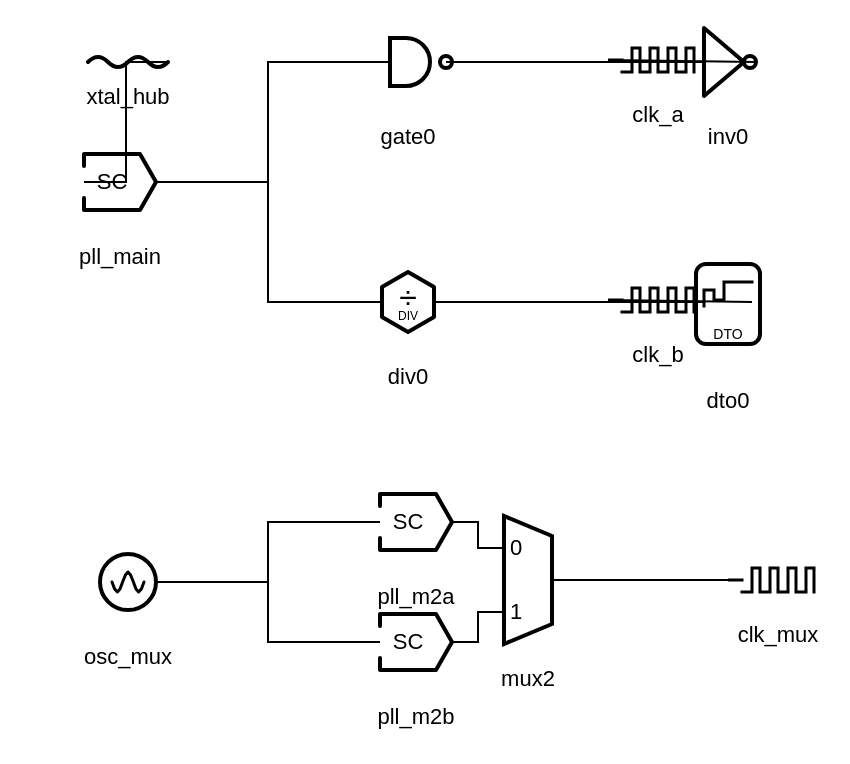
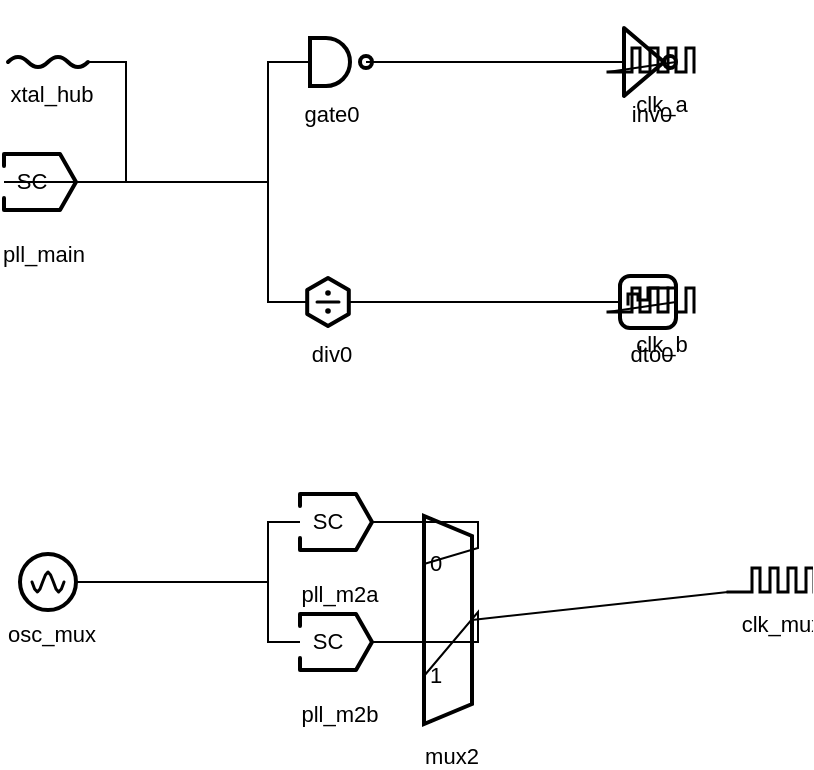
<mxfile>
  <diagram id="fig2" name="fig2"><mxGraphModel>
      <root>
-         <mxCell id="0"/>
-         <mxCell id="1" parent="0"/>
-         <object name="xtal_hub" label="&lt;div style=&quot;position:relative;box-sizing:border-box;margin:0;padding:0;display:block;width:100%;height:100%;overflow:visible;white-space:nowrap;font-family:Helvetica,Arial,sans-serif;&quot;&gt;&lt;div style=&quot;position:absolute;left:0;top:0;width:100%;height:100%;&quot;&gt;&lt;svg xmlns=&quot;http://www.w3.org/2000/svg&quot; width=&quot;100%&quot; height=&quot;100%&quot; viewBox=&quot;0 0 120 40&quot; preserveAspectRatio=&quot;none&quot; style=&quot;display:block;overflow:visible;&quot;&gt;&lt;path d=&quot;M 40 14 Q 45 9 50 14 T 60 14 T 70 14 T 80 14&quot; fill=&quot;none&quot; stroke=&quot;#000000&quot; stroke-width=&quot;2&quot; stroke-linecap=&quot;round&quot; stroke-linejoin=&quot;round&quot;/&gt;&lt;/svg&gt;&lt;/div&gt;&lt;div style=&quot;position:absolute;left:50%;top:55.00000000000001%;transform:translateX(-50%);text-align:center;font-size:11px;line-height:1;white-space:nowrap;padding-top:4px;&quot;&gt;xtal_hub&lt;/div&gt;&lt;/div&gt;" placeholders="0" id="10">
-           <mxCell style="rounded=0;whiteSpace=nowrap;html=1;metaEdit=1;placeholders=1;overflow=fill;autosize=0;fillColor=none;strokeColor=none;spacingTop=0;spacingBottom=0;spacingLeft=0;spacingRight=0;align=left;verticalAlign=top;drawclockType=from;points=[[0.6667,0.3500,0,0,0]];" vertex="1" parent="1">
-             <mxGeometry x="40" y="66" width="120" height="40" as="geometry"/>
+         <mxCell id="0" />
+         <mxCell id="1" parent="0" />
+         <object id="10" name="xtal_hub" placeholders="1" label="&lt;div style=&quot;position:relative;box-sizing:border-box;margin:0;padding:0;display:block;width:40px;height:29px;overflow:visible;white-space:nowrap;font-family:Helvetica,Arial,sans-serif;&quot;&gt;&lt;div style=&quot;position:absolute;left:-2px;top:-7px;width:40px;height:19px&quot;&gt;&lt;svg xmlns=&quot;http://www.w3.org/2000/svg&quot; width=&quot;40&quot; height=&quot;19&quot; viewBox=&quot;0 0 40 19&quot; preserveAspectRatio=&quot;none&quot; style=&quot;display:block;overflow:visible;&quot;&gt;&lt;path d=&quot;M 0 14 Q 5 9 10 14 T 20 14 T 30 14 T 40 14&quot; fill=&quot;none&quot; stroke=&quot;#000000&quot; stroke-width=&quot;2&quot; stroke-linecap=&quot;round&quot; stroke-linejoin=&quot;round&quot;/&gt;&lt;/svg&gt;&lt;/div&gt;&lt;div style=&quot;position:absolute;left:50%;top:48.275862068965516%;transform:translateX(-50%);text-align:center;font-size:11px;line-height:1;white-space:nowrap;padding-top:4px;&quot;&gt;%name%&lt;/div&gt;&lt;/div&gt;">
+           <mxCell style="rounded=0;whiteSpace=nowrap;html=1;metaEdit=1;placeholders=1;overflow=visible;resizable=0;autosize=0;fillColor=none;strokeColor=none;spacingTop=0;spacingBottom=0;spacingLeft=0;spacingRight=0;align=left;verticalAlign=top;drawclockType=from;points=[[1.0000,0.4828,0,0,0]];" vertex="1" parent="1">
+             <mxGeometry x="40" y="66" width="40" height="29" as="geometry" />
          </mxCell>
        </object>
-         <object name="gate0" label="&lt;div style=&quot;position:relative;box-sizing:border-box;margin:0;padding:0;display:block;width:100%;height:100%;overflow:visible;white-space:nowrap;font-family:Helvetica,Arial,sans-serif;&quot;&gt;&lt;div style=&quot;position:absolute;left:0;top:0;width:100%;height:100%;&quot;&gt;&lt;svg xmlns=&quot;http://www.w3.org/2000/svg&quot; width=&quot;100%&quot; height=&quot;100%&quot; viewBox=&quot;0 0 120 90&quot; preserveAspectRatio=&quot;none&quot; style=&quot;display:block;overflow:visible;&quot;&gt;&lt;path d=&quot;M 51 18 L 59 18 A 12 12 0 1 1 59 42 L 51 42 Z&quot; fill=&quot;none&quot; stroke=&quot;#000000&quot; stroke-width=&quot;2&quot; stroke-linejoin=&quot;miter&quot;/&gt;&lt;circle cx=&quot;79&quot; cy=&quot;30&quot; r=&quot;3&quot; fill=&quot;#ffffff&quot; stroke=&quot;#000000&quot; stroke-width=&quot;2&quot;/&gt;&lt;/svg&gt;&lt;/div&gt;&lt;div style=&quot;position:absolute;left:50%;top:64.44444444444444%;transform:translateX(-50%);text-align:center;font-size:11px;line-height:1;white-space:nowrap;padding-top:4px;&quot;&gt;gate0&lt;/div&gt;&lt;/div&gt;" placeholders="0" id="11">
-           <mxCell style="rounded=0;whiteSpace=nowrap;html=1;metaEdit=1;placeholders=1;overflow=fill;autosize=0;fillColor=none;strokeColor=none;spacingTop=0;spacingBottom=0;spacingLeft=0;spacingRight=0;align=left;verticalAlign=top;drawclockType=gate;points=[[0.4250,0.3333,0,0,0],[0.6583,0.3333,0,0,0]];" vertex="1" parent="1">
-             <mxGeometry x="180" y="50" width="120" height="90" as="geometry"/>
+         <object id="11" name="gate0" placeholders="1" label="&lt;div style=&quot;position:relative;box-sizing:border-box;margin:0;padding:0;display:block;width:40px;height:55px;overflow:visible;white-space:nowrap;font-family:Helvetica,Arial,sans-serif;&quot;&gt;&lt;div style=&quot;position:absolute;left:-2px;top:-7px;width:40px;height:54px&quot;&gt;&lt;svg xmlns=&quot;http://www.w3.org/2000/svg&quot; width=&quot;40&quot; height=&quot;54&quot; viewBox=&quot;0 0 40 54&quot; preserveAspectRatio=&quot;none&quot; style=&quot;display:block;overflow:visible;&quot;&gt;&lt;path d=&quot;M 11 18 L 19 18 A 12 12 0 1 1 19 42 L 11 42 Z&quot; fill=&quot;none&quot; stroke=&quot;#000000&quot; stroke-width=&quot;2&quot; stroke-linejoin=&quot;miter&quot;/&gt;&lt;circle cx=&quot;39&quot; cy=&quot;30&quot; r=&quot;3&quot; fill=&quot;#ffffff&quot; stroke=&quot;#000000&quot; stroke-width=&quot;2&quot;/&gt;&lt;/svg&gt;&lt;/div&gt;&lt;div style=&quot;position:absolute;left:50%;top:80.0%;transform:translateX(-50%);text-align:center;font-size:11px;line-height:1;white-space:nowrap;padding-top:0px;&quot;&gt;%name%&lt;/div&gt;&lt;/div&gt;">
+           <mxCell style="rounded=0;whiteSpace=nowrap;html=1;metaEdit=1;placeholders=1;overflow=visible;resizable=0;autosize=0;fillColor=none;strokeColor=none;spacingTop=0;spacingBottom=0;spacingLeft=0;spacingRight=0;align=left;verticalAlign=top;drawclockType=gate;drawclockKind=gate;points=[[0.2750,0.5455,0,0,0],[0.9750,0.5455,0,0,0]];" vertex="1" parent="1">
+             <mxGeometry x="180" y="50" width="40" height="55" as="geometry" />
          </mxCell>
        </object>
-         <object name="div0" label="&lt;div style=&quot;position:relative;box-sizing:border-box;margin:0;padding:0;display:block;width:100%;height:100%;overflow:visible;white-space:nowrap;font-family:Helvetica,Arial,sans-serif;&quot;&gt;&lt;div style=&quot;position:absolute;left:0;top:0;width:100%;height:100%;&quot;&gt;&lt;svg xmlns=&quot;http://www.w3.org/2000/svg&quot; width=&quot;100%&quot; height=&quot;100%&quot; viewBox=&quot;0 0 120 90&quot; preserveAspectRatio=&quot;none&quot; style=&quot;display:block;overflow:visible;&quot;&gt;&lt;polygon points=&quot;73.0,37.5 60.0,45.0 47.0,37.5 47.0,22.5 60.0,15.0 73.0,22.5&quot; fill=&quot;none&quot; stroke=&quot;#000000&quot; stroke-width=&quot;2&quot; stroke-linejoin=&quot;round&quot;/&gt;&lt;/svg&gt;&lt;span style=&quot;position:absolute;left:50.0%;top:31.11111111111111%;font-size:16px;line-height:1;white-space:nowrap;transform:translate(-50%,-50%);&quot;&gt;÷&lt;/span&gt;&lt;span style=&quot;position:absolute;left:50.0%;top:41.11111111111111%;font-size:6px;line-height:1;white-space:nowrap;transform:translate(-50%,-50%);&quot;&gt;DIV&lt;/span&gt;&lt;/div&gt;&lt;div style=&quot;position:absolute;left:50%;top:64.44444444444444%;transform:translateX(-50%);text-align:center;font-size:11px;line-height:1;white-space:nowrap;padding-top:4px;&quot;&gt;div0&lt;/div&gt;&lt;/div&gt;" placeholders="0" id="12">
-           <mxCell style="rounded=0;whiteSpace=nowrap;html=1;metaEdit=1;placeholders=1;overflow=fill;autosize=0;fillColor=none;strokeColor=none;spacingTop=0;spacingBottom=0;spacingLeft=0;spacingRight=0;align=left;verticalAlign=top;drawclockType=div;points=[[0.4000,0.3333,0,0,0],[0.6000,0.3333,0,0,0]];" vertex="1" parent="1">
-             <mxGeometry x="180" y="170" width="120" height="90" as="geometry"/>
+         <object id="12" name="div0" placeholders="1" label="&lt;div style=&quot;position:relative;box-sizing:border-box;margin:0;padding:0;display:block;width:40px;height:55px;overflow:visible;white-space:nowrap;font-family:Helvetica,Arial,sans-serif;&quot;&gt;&lt;div style=&quot;position:absolute;left:-2px;top:-7px;width:40px;height:54px&quot;&gt;&lt;svg xmlns=&quot;http://www.w3.org/2000/svg&quot; width=&quot;40&quot; height=&quot;54&quot; viewBox=&quot;0 0 40 54&quot; preserveAspectRatio=&quot;none&quot; style=&quot;display:block;overflow:visible;&quot;&gt;&lt;polygon points=&quot;30.4,36.0 20.0,42.0 9.6,36.0 9.6,24.0 20.0,18.0 30.4,24.0&quot; fill=&quot;none&quot; stroke=&quot;#000000&quot; stroke-width=&quot;2&quot; stroke-linejoin=&quot;round&quot;/&gt;&lt;path d=&quot;M 14.5 30.0 L 25.5 30.0&quot; fill=&quot;none&quot; stroke=&quot;#000000&quot; stroke-width=&quot;1.5&quot; stroke-linecap=&quot;round&quot;/&gt;&lt;circle cx=&quot;20.0&quot; cy=&quot;25.5&quot; r=&quot;1.4&quot; fill=&quot;#000000&quot;/&gt;&lt;circle cx=&quot;20.0&quot; cy=&quot;34.5&quot; r=&quot;1.4&quot; fill=&quot;#000000&quot;/&gt;&lt;/svg&gt;&lt;/div&gt;&lt;div style=&quot;position:absolute;left:50%;top:80.0%;transform:translateX(-50%);text-align:center;font-size:11px;line-height:1;white-space:nowrap;padding-top:0px;&quot;&gt;%name%&lt;/div&gt;&lt;/div&gt;">
+           <mxCell style="rounded=0;whiteSpace=nowrap;html=1;metaEdit=1;placeholders=1;overflow=visible;resizable=0;autosize=0;fillColor=none;strokeColor=none;spacingTop=0;spacingBottom=0;spacingLeft=0;spacingRight=0;align=left;verticalAlign=top;drawclockType=div;drawclockKind=div;points=[[0.2402,0.5455,0,0,0],[0.7598,0.5455,0,0,0]];" vertex="1" parent="1">
+             <mxGeometry x="180" y="170" width="40" height="55" as="geometry" />
          </mxCell>
        </object>
-         <object name="pll_main" label="&lt;div style=&quot;position:relative;box-sizing:border-box;margin:0;padding:0;display:block;width:100%;height:100%;overflow:visible;white-space:nowrap;font-family:Helvetica,Arial,sans-serif;&quot;&gt;&lt;div style=&quot;position:absolute;left:0;top:0;width:100%;height:100%;&quot;&gt;&lt;svg xmlns=&quot;http://www.w3.org/2000/svg&quot; width=&quot;100%&quot; height=&quot;100%&quot; viewBox=&quot;0 0 120 90&quot; preserveAspectRatio=&quot;none&quot; style=&quot;display:block;overflow:visible;&quot;&gt;&lt;path d=&quot;M 42 16 L 70 16 L 78 30 L 70 44 L 42 44 L 42 38 M 42 22 L 42 16&quot; fill=&quot;none&quot; stroke=&quot;#000000&quot; stroke-width=&quot;2&quot; stroke-linejoin=&quot;round&quot; stroke-linecap=&quot;round&quot;/&gt;&lt;/svg&gt;&lt;span style=&quot;position:absolute;left:46.666666666666664%;top:33.33333333333333%;font-size:11px;line-height:1;white-space:nowrap;transform:translate(-50%,-50%);&quot;&gt;SC&lt;/span&gt;&lt;/div&gt;&lt;div style=&quot;position:absolute;left:50%;top:64.44444444444444%;transform:translateX(-50%);text-align:center;font-size:11px;line-height:1;white-space:nowrap;padding-top:4px;&quot;&gt;pll_main&lt;/div&gt;&lt;/div&gt;" placeholders="0" id="13">
-           <mxCell style="rounded=0;whiteSpace=nowrap;html=1;metaEdit=1;placeholders=1;overflow=fill;autosize=0;fillColor=none;strokeColor=none;spacingTop=0;spacingBottom=0;spacingLeft=0;spacingRight=0;align=left;verticalAlign=top;drawclockType=pll;points=[[0.3500,0.3333,0,0,0],[0.6500,0.3333,0,0,0]];" vertex="1" parent="1">
-             <mxGeometry x="36" y="110" width="120" height="90" as="geometry"/>
+         <object id="13" pll_kind="SC" name="pll_main" placeholders="1" label="&lt;div style=&quot;position:relative;box-sizing:border-box;margin:0;padding:0;display:block;width:40px;height:65px;overflow:visible;white-space:nowrap;font-family:Helvetica,Arial,sans-serif;&quot;&gt;&lt;div style=&quot;position:absolute;left:-2px;top:-7px;width:40px;height:54px&quot;&gt;&lt;svg xmlns=&quot;http://www.w3.org/2000/svg&quot; width=&quot;40&quot; height=&quot;54&quot; viewBox=&quot;0 0 40 54&quot; preserveAspectRatio=&quot;none&quot; style=&quot;display:block;overflow:visible;&quot;&gt;&lt;path d=&quot;M 2 16 L 30 16 L 38 30 L 30 44 L 2 44 L 2 38 M 2 22 L 2 16&quot; fill=&quot;none&quot; stroke=&quot;#000000&quot; stroke-width=&quot;2&quot; stroke-linejoin=&quot;round&quot; stroke-linecap=&quot;round&quot;/&gt;&lt;/svg&gt;&lt;span style=&quot;position:absolute;left:40.0%;top:55.55555555555556%;font-size:11px;line-height:1;white-space:nowrap;transform:translate(-50%,-50%);&quot;&gt;%pll_kind%&lt;/span&gt;&lt;/div&gt;&lt;div style=&quot;position:absolute;left:50%;top:83.07692307692308%;transform:translateX(-50%);text-align:center;font-size:11px;line-height:1;white-space:nowrap;padding-top:0px;&quot;&gt;%name%&lt;/div&gt;&lt;/div&gt;">
+           <mxCell style="rounded=0;whiteSpace=nowrap;html=1;metaEdit=1;placeholders=1;overflow=visible;resizable=0;autosize=0;fillColor=none;strokeColor=none;spacingTop=0;spacingBottom=0;spacingLeft=0;spacingRight=0;align=left;verticalAlign=top;drawclockType=pll;drawclockKind=pll;points=[[0.0500,0.4615,0,0,0],[0.9500,0.4615,0,0,0]];" vertex="1" parent="1">
+             <mxGeometry x="36" y="110" width="40" height="65" as="geometry" />
          </mxCell>
        </object>
-         <object name="inv0" label="&lt;div style=&quot;position:relative;box-sizing:border-box;margin:0;padding:0;display:block;width:100%;height:100%;overflow:visible;white-space:nowrap;font-family:Helvetica,Arial,sans-serif;&quot;&gt;&lt;div style=&quot;position:absolute;left:0;top:0;width:100%;height:100%;&quot;&gt;&lt;svg xmlns=&quot;http://www.w3.org/2000/svg&quot; width=&quot;100%&quot; height=&quot;100%&quot; viewBox=&quot;0 0 120 90&quot; preserveAspectRatio=&quot;none&quot; style=&quot;display:block;overflow:visible;&quot;&gt;&lt;polygon points=&quot;48,30 48,13 68,30 48,47&quot; fill=&quot;none&quot; stroke=&quot;#000000&quot; stroke-width=&quot;2&quot; stroke-linejoin=&quot;round&quot;/&gt;&lt;circle cx=&quot;71&quot; cy=&quot;30&quot; r=&quot;3&quot; fill=&quot;#ffffff&quot; stroke=&quot;#000000&quot; stroke-width=&quot;2&quot;/&gt;&lt;/svg&gt;&lt;/div&gt;&lt;div style=&quot;position:absolute;left:50%;top:64.44444444444444%;transform:translateX(-50%);text-align:center;font-size:11px;line-height:1;white-space:nowrap;padding-top:4px;&quot;&gt;inv0&lt;/div&gt;&lt;/div&gt;" placeholders="0" id="14">
-           <mxCell style="rounded=0;whiteSpace=nowrap;html=1;metaEdit=1;placeholders=1;overflow=fill;autosize=0;fillColor=none;strokeColor=none;spacingTop=0;spacingBottom=0;spacingLeft=0;spacingRight=0;align=left;verticalAlign=top;drawclockType=inv;points=[[0.4000,0.3333,0,0,0],[0.6167,0.3333,0,0,0]];" vertex="1" parent="1">
-             <mxGeometry x="340" y="50" width="120" height="90" as="geometry"/>
+         <object id="14" name="inv0" placeholders="1" label="&lt;div style=&quot;position:relative;box-sizing:border-box;margin:0;padding:0;display:block;width:40px;height:55px;overflow:visible;white-space:nowrap;font-family:Helvetica,Arial,sans-serif;&quot;&gt;&lt;div style=&quot;position:absolute;left:-2px;top:-7px;width:40px;height:54px&quot;&gt;&lt;svg xmlns=&quot;http://www.w3.org/2000/svg&quot; width=&quot;40&quot; height=&quot;54&quot; viewBox=&quot;0 0 40 54&quot; preserveAspectRatio=&quot;none&quot; style=&quot;display:block;overflow:visible;&quot;&gt;&lt;polygon points=&quot;8,30 8,13 28,30 8,47&quot; fill=&quot;none&quot; stroke=&quot;#000000&quot; stroke-width=&quot;2&quot; stroke-linejoin=&quot;round&quot;/&gt;&lt;circle cx=&quot;31&quot; cy=&quot;30&quot; r=&quot;3&quot; fill=&quot;#ffffff&quot; stroke=&quot;#000000&quot; stroke-width=&quot;2&quot;/&gt;&lt;/svg&gt;&lt;/div&gt;&lt;div style=&quot;position:absolute;left:50%;top:80.0%;transform:translateX(-50%);text-align:center;font-size:11px;line-height:1;white-space:nowrap;padding-top:0px;&quot;&gt;%name%&lt;/div&gt;&lt;/div&gt;">
+           <mxCell style="rounded=0;whiteSpace=nowrap;html=1;metaEdit=1;placeholders=1;overflow=visible;resizable=0;autosize=0;fillColor=none;strokeColor=none;spacingTop=0;spacingBottom=0;spacingLeft=0;spacingRight=0;align=left;verticalAlign=top;drawclockType=inv;drawclockKind=inv;points=[[0.2000,0.5455,0,0,0],[0.8500,0.5455,0,0,0]];drawclockInvKind=inv;" vertex="1" parent="1">
+             <mxGeometry x="340" y="50" width="40" height="55" as="geometry" />
          </mxCell>
        </object>
-         <object name="dto0" label="&lt;div style=&quot;position:relative;box-sizing:border-box;margin:0;padding:0;display:block;width:100%;height:100%;overflow:visible;white-space:nowrap;font-family:Helvetica,Arial,sans-serif;&quot;&gt;&lt;div style=&quot;position:absolute;left:0;top:0;width:100%;height:100%;&quot;&gt;&lt;svg xmlns=&quot;http://www.w3.org/2000/svg&quot; width=&quot;100%&quot; height=&quot;100%&quot; viewBox=&quot;0 0 120 90&quot; preserveAspectRatio=&quot;none&quot; style=&quot;display:block;overflow:visible;&quot;&gt;&lt;rect x=&quot;44&quot; y=&quot;11&quot; width=&quot;32&quot; height=&quot;40&quot; rx=&quot;5&quot; ry=&quot;5&quot; fill=&quot;none&quot; stroke=&quot;#000000&quot; stroke-width=&quot;2&quot;/&gt;&lt;path d=&quot;M 48 32 L 48 24 L 53 24 L 53 29 L 58 29 L 58 20 L 72 20&quot; fill=&quot;none&quot; stroke=&quot;#000000&quot; stroke-width=&quot;1.5&quot; stroke-linecap=&quot;square&quot;/&gt;&lt;/svg&gt;&lt;span style=&quot;position:absolute;left:50.0%;top:51.11111111111111%;font-size:7px;line-height:1;white-space:nowrap;transform:translate(-50%,-50%);&quot;&gt;DTO&lt;/span&gt;&lt;/div&gt;&lt;div style=&quot;position:absolute;left:50%;top:64.44444444444444%;transform:translateX(-50%);text-align:center;font-size:11px;line-height:1;white-space:nowrap;padding-top:16px;&quot;&gt;dto0&lt;/div&gt;&lt;/div&gt;" placeholders="0" id="15">
-           <mxCell style="rounded=0;whiteSpace=nowrap;html=1;metaEdit=1;placeholders=1;overflow=fill;autosize=0;fillColor=none;strokeColor=none;spacingTop=0;spacingBottom=0;spacingLeft=0;spacingRight=0;align=left;verticalAlign=top;drawclockType=dto;points=[[0.4000,0.3333,0,0,0],[0.6000,0.3333,0,0,0]];" vertex="1" parent="1">
-             <mxGeometry x="340" y="170" width="120" height="90" as="geometry"/>
+         <object id="15" name="dto0" placeholders="1" label="&lt;div style=&quot;position:relative;box-sizing:border-box;margin:0;padding:0;display:block;width:40px;height:55px;overflow:visible;white-space:nowrap;font-family:Helvetica,Arial,sans-serif;&quot;&gt;&lt;div style=&quot;position:absolute;left:-2px;top:-7px;width:40px;height:54px&quot;&gt;&lt;svg xmlns=&quot;http://www.w3.org/2000/svg&quot; width=&quot;40&quot; height=&quot;54&quot; viewBox=&quot;0 0 40 54&quot; preserveAspectRatio=&quot;none&quot; style=&quot;display:block;overflow:visible;&quot;&gt;&lt;rect x=&quot;6&quot; y=&quot;17&quot; width=&quot;28&quot; height=&quot;26&quot; rx=&quot;5&quot; ry=&quot;5&quot; fill=&quot;none&quot; stroke=&quot;#000000&quot; stroke-width=&quot;2&quot;/&gt;&lt;path d=&quot;M 10 31 L 10 26 L 15 26 L 15 29 L 20 29 L 20 23 L 30 23&quot; fill=&quot;none&quot; stroke=&quot;#000000&quot; stroke-width=&quot;1.5&quot; stroke-linecap=&quot;square&quot;/&gt;&lt;/svg&gt;&lt;/div&gt;&lt;div style=&quot;position:absolute;left:50%;top:80.0%;transform:translateX(-50%);text-align:center;font-size:11px;line-height:1;white-space:nowrap;padding-top:0px;&quot;&gt;%name%&lt;/div&gt;&lt;/div&gt;">
+           <mxCell style="rounded=0;whiteSpace=nowrap;html=1;metaEdit=1;placeholders=1;overflow=visible;resizable=0;autosize=0;fillColor=none;strokeColor=none;spacingTop=0;spacingBottom=0;spacingLeft=0;spacingRight=0;align=left;verticalAlign=top;drawclockType=dto;drawclockKind=dto;points=[[0.1500,0.5455,0,0,0],[0.8500,0.5455,0,0,0]];" vertex="1" parent="1">
+             <mxGeometry x="340" y="170" width="40" height="55" as="geometry" />
          </mxCell>
        </object>
-         <object name="clk_a" label="&lt;div style=&quot;position:relative;box-sizing:border-box;margin:0;padding:0;display:block;width:100%;height:100%;overflow:visible;white-space:nowrap;font-family:Helvetica,Arial,sans-serif;&quot;&gt;&lt;div style=&quot;position:absolute;left:0;top:0;width:100%;height:100%;&quot;&gt;&lt;svg xmlns=&quot;http://www.w3.org/2000/svg&quot; width=&quot;100%&quot; height=&quot;100%&quot; viewBox=&quot;0 0 49 72&quot; preserveAspectRatio=&quot;none&quot; style=&quot;display:block;overflow:visible;&quot;&gt;&lt;path d=&quot;M 0 30 L 7 30 M 43 36 L 43 24 L 39 24 L 39 36 L 34 36 L 34 24 L 30 24 L 30 36 L 25 36 L 25 24 L 21 24 L 21 36 L 16 36 L 16 24 L 12 24 L 12 36 L 7 36&quot; fill=&quot;none&quot; stroke=&quot;#000000&quot; stroke-width=&quot;1.5&quot; stroke-linecap=&quot;square&quot; stroke-linejoin=&quot;miter&quot;/&gt;&lt;/svg&gt;&lt;/div&gt;&lt;div style=&quot;position:absolute;left:51.02040816326531%;top:50.0%;transform:translateX(-50%);text-align:center;font-size:11px;line-height:1;white-space:nowrap;padding-top:16px;&quot;&gt;clk_a&lt;/div&gt;&lt;/div&gt;" placeholders="0" id="16">
-           <mxCell style="rounded=0;whiteSpace=nowrap;html=1;metaEdit=1;placeholders=1;overflow=fill;autosize=0;fillColor=none;strokeColor=none;spacingTop=0;spacingBottom=0;spacingLeft=0;spacingRight=0;align=left;verticalAlign=top;drawclockType=clock;points=[[0.0000,0.4167,0,0,0]];" vertex="1" parent="1">
-             <mxGeometry x="340" y="49" width="49" height="72" as="geometry"/>
+         <object id="16" name="clk_a" placeholders="1" label="&lt;div style=&quot;position:relative;box-sizing:border-box;margin:0;padding:0;display:block;width:40px;height:51px;overflow:visible;white-space:nowrap;font-family:Helvetica,Arial,sans-serif;&quot;&gt;&lt;div style=&quot;position:absolute;left:-2px;top:-7px;width:40px;height:36px&quot;&gt;&lt;svg xmlns=&quot;http://www.w3.org/2000/svg&quot; width=&quot;40&quot; height=&quot;36&quot; viewBox=&quot;0 0 40 36&quot; preserveAspectRatio=&quot;none&quot; style=&quot;display:block;overflow:visible;&quot;&gt;&lt;path d=&quot;M 0 36 L 7 36 M 43 36 L 43 24 L 39 24 L 39 36 L 34 36 L 34 24 L 30 24 L 30 36 L 25 36 L 25 24 L 21 24 L 21 36 L 16 36 L 16 24 L 12 24 L 12 36 L 7 36&quot; fill=&quot;none&quot; stroke=&quot;#000000&quot; stroke-width=&quot;1.5&quot; stroke-linecap=&quot;square&quot; stroke-linejoin=&quot;miter&quot;/&gt;&lt;/svg&gt;&lt;/div&gt;&lt;div style=&quot;position:absolute;left:62.5%;top:70.58823529411765%;transform:translateX(-50%);text-align:center;font-size:11px;line-height:1;white-space:nowrap;padding-top:4px;&quot;&gt;%name%&lt;/div&gt;&lt;/div&gt;">
+           <mxCell style="rounded=0;whiteSpace=nowrap;html=1;metaEdit=1;placeholders=1;overflow=visible;resizable=0;autosize=0;fillColor=none;strokeColor=none;spacingTop=0;spacingBottom=0;spacingLeft=0;spacingRight=0;align=left;verticalAlign=top;drawclockType=clock;drawclockKind=clock;points=[[0.0000,0.7059,0,0,0]];" vertex="1" parent="1">
+             <mxGeometry x="340" y="49" width="40" height="51" as="geometry" />
          </mxCell>
        </object>
-         <object name="clk_b" label="&lt;div style=&quot;position:relative;box-sizing:border-box;margin:0;padding:0;display:block;width:100%;height:100%;overflow:visible;white-space:nowrap;font-family:Helvetica,Arial,sans-serif;&quot;&gt;&lt;div style=&quot;position:absolute;left:0;top:0;width:100%;height:100%;&quot;&gt;&lt;svg xmlns=&quot;http://www.w3.org/2000/svg&quot; width=&quot;100%&quot; height=&quot;100%&quot; viewBox=&quot;0 0 49 72&quot; preserveAspectRatio=&quot;none&quot; style=&quot;display:block;overflow:visible;&quot;&gt;&lt;path d=&quot;M 0 30 L 7 30 M 43 36 L 43 24 L 39 24 L 39 36 L 34 36 L 34 24 L 30 24 L 30 36 L 25 36 L 25 24 L 21 24 L 21 36 L 16 36 L 16 24 L 12 24 L 12 36 L 7 36&quot; fill=&quot;none&quot; stroke=&quot;#000000&quot; stroke-width=&quot;1.5&quot; stroke-linecap=&quot;square&quot; stroke-linejoin=&quot;miter&quot;/&gt;&lt;/svg&gt;&lt;/div&gt;&lt;div style=&quot;position:absolute;left:51.02040816326531%;top:50.0%;transform:translateX(-50%);text-align:center;font-size:11px;line-height:1;white-space:nowrap;padding-top:16px;&quot;&gt;clk_b&lt;/div&gt;&lt;/div&gt;" placeholders="0" id="17">
-           <mxCell style="rounded=0;whiteSpace=nowrap;html=1;metaEdit=1;placeholders=1;overflow=fill;autosize=0;fillColor=none;strokeColor=none;spacingTop=0;spacingBottom=0;spacingLeft=0;spacingRight=0;align=left;verticalAlign=top;drawclockType=clock;points=[[0.0000,0.4167,0,0,0]];" vertex="1" parent="1">
-             <mxGeometry x="340" y="169" width="49" height="72" as="geometry"/>
+         <object id="17" name="clk_b" placeholders="1" label="&lt;div style=&quot;position:relative;box-sizing:border-box;margin:0;padding:0;display:block;width:40px;height:51px;overflow:visible;white-space:nowrap;font-family:Helvetica,Arial,sans-serif;&quot;&gt;&lt;div style=&quot;position:absolute;left:-2px;top:-7px;width:40px;height:36px&quot;&gt;&lt;svg xmlns=&quot;http://www.w3.org/2000/svg&quot; width=&quot;40&quot; height=&quot;36&quot; viewBox=&quot;0 0 40 36&quot; preserveAspectRatio=&quot;none&quot; style=&quot;display:block;overflow:visible;&quot;&gt;&lt;path d=&quot;M 0 36 L 7 36 M 43 36 L 43 24 L 39 24 L 39 36 L 34 36 L 34 24 L 30 24 L 30 36 L 25 36 L 25 24 L 21 24 L 21 36 L 16 36 L 16 24 L 12 24 L 12 36 L 7 36&quot; fill=&quot;none&quot; stroke=&quot;#000000&quot; stroke-width=&quot;1.5&quot; stroke-linecap=&quot;square&quot; stroke-linejoin=&quot;miter&quot;/&gt;&lt;/svg&gt;&lt;/div&gt;&lt;div style=&quot;position:absolute;left:62.5%;top:70.58823529411765%;transform:translateX(-50%);text-align:center;font-size:11px;line-height:1;white-space:nowrap;padding-top:4px;&quot;&gt;%name%&lt;/div&gt;&lt;/div&gt;">
+           <mxCell style="rounded=0;whiteSpace=nowrap;html=1;metaEdit=1;placeholders=1;overflow=visible;resizable=0;autosize=0;fillColor=none;strokeColor=none;spacingTop=0;spacingBottom=0;spacingLeft=0;spacingRight=0;align=left;verticalAlign=top;drawclockType=clock;drawclockKind=clock;points=[[0.0000,0.7059,0,0,0]];" vertex="1" parent="1">
+             <mxGeometry x="340" y="169" width="40" height="51" as="geometry" />
          </mxCell>
        </object>
-         <object name="mux2" label="&lt;div style=&quot;position:relative;box-sizing:border-box;margin:0;padding:0;display:block;width:100%;height:100%;overflow:visible;white-space:nowrap;font-family:Helvetica,Arial,sans-serif;&quot;&gt;&lt;div style=&quot;position:absolute;left:0;top:0;width:100%;height:100%;&quot;&gt;&lt;svg xmlns=&quot;http://www.w3.org/2000/svg&quot; width=&quot;100%&quot; height=&quot;100%&quot; viewBox=&quot;0 0 120 106&quot; preserveAspectRatio=&quot;none&quot; style=&quot;display:block;overflow:visible;&quot;&gt;&lt;polygon points=&quot;48,6 48,70 72,60 72,16&quot; fill=&quot;none&quot; stroke=&quot;#000000&quot; stroke-width=&quot;2&quot;/&gt;&lt;/svg&gt;&lt;span style=&quot;position:absolute;left:45.0%;top:20.754716981132077%;font-size:11px;line-height:1;white-space:nowrap;transform:translate(-50%,-50%);&quot;&gt;0&lt;/span&gt;&lt;span style=&quot;position:absolute;left:45.0%;top:50.943396226415096%;font-size:11px;line-height:1;white-space:nowrap;transform:translate(-50%,-50%);&quot;&gt;1&lt;/span&gt;&lt;/div&gt;&lt;div style=&quot;position:absolute;left:50%;top:73.58490566037736%;transform:translateX(-50%);text-align:center;font-size:11px;line-height:1;white-space:nowrap;padding-top:4px;&quot;&gt;mux2&lt;/div&gt;&lt;/div&gt;" placeholders="0" id="18">
-           <mxCell style="rounded=0;whiteSpace=nowrap;html=1;metaEdit=1;placeholders=1;overflow=fill;autosize=0;fillColor=none;strokeColor=none;spacingTop=0;spacingBottom=0;spacingLeft=0;spacingRight=0;align=left;verticalAlign=top;drawclockType=mux2;points=[[0.4000,0.2075,0,0,0],[0.4000,0.5094,0,0,0],[0.6000,0.3585,0,0,0]];" vertex="1" parent="1">
-             <mxGeometry x="240" y="301" width="120" height="106" as="geometry"/>
+         <object id="18" name="mux2" placeholders="1" label="&lt;div style=&quot;position:relative;box-sizing:border-box;margin:0;padding:0;display:block;width:40px;height:125px;overflow:visible;white-space:nowrap;font-family:Helvetica,Arial,sans-serif;&quot;&gt;&lt;div style=&quot;position:absolute;left:-2px;top:-7px;width:40px;height:110px&quot;&gt;&lt;svg xmlns=&quot;http://www.w3.org/2000/svg&quot; width=&quot;40&quot; height=&quot;110&quot; viewBox=&quot;0 0 40 110&quot; preserveAspectRatio=&quot;none&quot; style=&quot;display:block;overflow:visible;&quot;&gt;&lt;polygon points=&quot;8,6 8,110 32,100 32,16&quot; fill=&quot;none&quot; stroke=&quot;#000000&quot; stroke-width=&quot;2&quot;/&gt;&lt;/svg&gt;&lt;span style=&quot;position:absolute;left:35.0%;top:27.27272727272727%;font-size:11px;line-height:1;white-space:nowrap;transform:translate(-50%,-50%);&quot;&gt;0&lt;/span&gt;&lt;span style=&quot;position:absolute;left:35.0%;top:78.18181818181819%;font-size:11px;line-height:1;white-space:nowrap;transform:translate(-50%,-50%);&quot;&gt;1&lt;/span&gt;&lt;/div&gt;&lt;div style=&quot;position:absolute;left:50%;top:88.0%;transform:translateX(-50%);text-align:center;font-size:11px;line-height:1;white-space:nowrap;padding-top:4px;&quot;&gt;%name%&lt;/div&gt;&lt;/div&gt;">
+           <mxCell style="rounded=0;whiteSpace=nowrap;html=1;metaEdit=1;placeholders=1;overflow=visible;resizable=0;autosize=0;fillColor=none;strokeColor=none;spacingTop=0;spacingBottom=0;spacingLeft=0;spacingRight=0;align=left;verticalAlign=top;drawclockType=mux2;drawclockKind=mux;points=[[0.2000,0.2400,0,0,0],[0.2000,0.6880,0,0,0],[0.8000,0.4640,0,0,0]];" vertex="1" parent="1">
+             <mxGeometry x="240" y="301" width="40" height="125" as="geometry" />
          </mxCell>
        </object>
-         <object name="osc_mux" label="&lt;div style=&quot;position:relative;box-sizing:border-box;margin:0;padding:0;display:block;width:100%;height:100%;overflow:visible;white-space:nowrap;font-family:Helvetica,Arial,sans-serif;&quot;&gt;&lt;div style=&quot;position:absolute;left:0;top:0;width:100%;height:100%;&quot;&gt;&lt;svg xmlns=&quot;http://www.w3.org/2000/svg&quot; width=&quot;100%&quot; height=&quot;100%&quot; viewBox=&quot;0 0 120 90&quot; preserveAspectRatio=&quot;none&quot; style=&quot;display:block;overflow:visible;&quot;&gt;&lt;circle cx=&quot;60.0&quot; cy=&quot;30&quot; r=&quot;14&quot; fill=&quot;none&quot; stroke=&quot;#000000&quot; stroke-width=&quot;2&quot;/&gt;&lt;path d=&quot;M 52.0 30.0 L 53.3 33.5 L 54.7 35.0 L 56.0 33.5 L 57.3 30.0 L 58.7 26.5 L 60.0 25.0 L 61.3 26.5 L 62.7 30.0 L 64.0 33.5 L 65.3 35.0 L 66.7 33.5 L 68.0 30.0&quot; fill=&quot;none&quot; stroke=&quot;#000000&quot; stroke-width=&quot;1.5&quot; stroke-linecap=&quot;round&quot; stroke-linejoin=&quot;round&quot;/&gt;&lt;/svg&gt;&lt;/div&gt;&lt;div style=&quot;position:absolute;left:50%;top:64.44444444444444%;transform:translateX(-50%);text-align:center;font-size:11px;line-height:1;white-space:nowrap;padding-top:4px;&quot;&gt;osc_mux&lt;/div&gt;&lt;/div&gt;" placeholders="0" id="19">
-           <mxCell style="rounded=0;whiteSpace=nowrap;html=1;metaEdit=1;placeholders=1;overflow=fill;autosize=0;fillColor=none;strokeColor=none;spacingTop=0;spacingBottom=0;spacingLeft=0;spacingRight=0;align=left;verticalAlign=top;drawclockType=source;points=[[0.6167,0.3333,0,0,0]];" vertex="1" parent="1">
-             <mxGeometry x="40" y="310" width="120" height="90" as="geometry"/>
+         <object id="19" name="osc_mux" placeholders="1" label="&lt;div style=&quot;position:relative;box-sizing:border-box;margin:0;padding:0;display:block;width:40px;height:55px;overflow:visible;white-space:nowrap;font-family:Helvetica,Arial,sans-serif;&quot;&gt;&lt;div style=&quot;position:absolute;left:-2px;top:-7px;width:40px;height:54px&quot;&gt;&lt;svg xmlns=&quot;http://www.w3.org/2000/svg&quot; width=&quot;40&quot; height=&quot;54&quot; viewBox=&quot;0 0 40 54&quot; preserveAspectRatio=&quot;none&quot; style=&quot;display:block;overflow:visible;&quot;&gt;&lt;circle cx=&quot;20.0&quot; cy=&quot;30&quot; r=&quot;14&quot; fill=&quot;none&quot; stroke=&quot;#000000&quot; stroke-width=&quot;2&quot;/&gt;&lt;path d=&quot;M 12.0 30.0 L 13.3 33.5 L 14.7 35.0 L 16.0 33.5 L 17.3 30.0 L 18.7 26.5 L 20.0 25.0 L 21.3 26.5 L 22.7 30.0 L 24.0 33.5 L 25.3 35.0 L 26.7 33.5 L 28.0 30.0&quot; fill=&quot;none&quot; stroke=&quot;#000000&quot; stroke-width=&quot;1.5&quot; stroke-linecap=&quot;round&quot; stroke-linejoin=&quot;round&quot;/&gt;&lt;/svg&gt;&lt;/div&gt;&lt;div style=&quot;position:absolute;left:50%;top:80.0%;transform:translateX(-50%);text-align:center;font-size:11px;line-height:1;white-space:nowrap;padding-top:0px;&quot;&gt;%name%&lt;/div&gt;&lt;/div&gt;">
+           <mxCell style="rounded=0;whiteSpace=nowrap;html=1;metaEdit=1;placeholders=1;overflow=visible;resizable=0;autosize=0;fillColor=none;strokeColor=none;spacingTop=0;spacingBottom=0;spacingLeft=0;spacingRight=0;align=left;verticalAlign=top;drawclockType=source;drawclockKind=source;points=[[0.8500,0.5455,0,0,0]];drawclockSourceKind=source;" vertex="1" parent="1">
+             <mxGeometry x="40" y="310" width="40" height="55" as="geometry" />
          </mxCell>
        </object>
-         <object name="pll_m2a" label="&lt;div style=&quot;position:relative;box-sizing:border-box;margin:0;padding:0;display:block;width:100%;height:100%;overflow:visible;white-space:nowrap;font-family:Helvetica,Arial,sans-serif;&quot;&gt;&lt;div style=&quot;position:absolute;left:0;top:0;width:100%;height:100%;&quot;&gt;&lt;svg xmlns=&quot;http://www.w3.org/2000/svg&quot; width=&quot;100%&quot; height=&quot;100%&quot; viewBox=&quot;0 0 120 90&quot; preserveAspectRatio=&quot;none&quot; style=&quot;display:block;overflow:visible;&quot;&gt;&lt;path d=&quot;M 42 16 L 70 16 L 78 30 L 70 44 L 42 44 L 42 38 M 42 22 L 42 16&quot; fill=&quot;none&quot; stroke=&quot;#000000&quot; stroke-width=&quot;2&quot; stroke-linejoin=&quot;round&quot; stroke-linecap=&quot;round&quot;/&gt;&lt;/svg&gt;&lt;span style=&quot;position:absolute;left:46.666666666666664%;top:33.33333333333333%;font-size:11px;line-height:1;white-space:nowrap;transform:translate(-50%,-50%);&quot;&gt;SC&lt;/span&gt;&lt;/div&gt;&lt;div style=&quot;position:absolute;left:50%;top:64.44444444444444%;transform:translateX(-50%);text-align:center;font-size:11px;line-height:1;white-space:nowrap;padding-top:4px;&quot;&gt;pll_m2a&lt;/div&gt;&lt;/div&gt;" placeholders="0" id="20">
-           <mxCell style="rounded=0;whiteSpace=nowrap;html=1;metaEdit=1;placeholders=1;overflow=fill;autosize=0;fillColor=none;strokeColor=none;spacingTop=0;spacingBottom=0;spacingLeft=0;spacingRight=0;align=left;verticalAlign=top;drawclockType=pll;points=[[0.3500,0.3333,0,0,0],[0.6500,0.3333,0,0,0]];" vertex="1" parent="1">
-             <mxGeometry x="184" y="280" width="120" height="90" as="geometry"/>
+         <object id="20" pll_kind="SC" name="pll_m2a" placeholders="1" label="&lt;div style=&quot;position:relative;box-sizing:border-box;margin:0;padding:0;display:block;width:40px;height:65px;overflow:visible;white-space:nowrap;font-family:Helvetica,Arial,sans-serif;&quot;&gt;&lt;div style=&quot;position:absolute;left:-2px;top:-7px;width:40px;height:54px&quot;&gt;&lt;svg xmlns=&quot;http://www.w3.org/2000/svg&quot; width=&quot;40&quot; height=&quot;54&quot; viewBox=&quot;0 0 40 54&quot; preserveAspectRatio=&quot;none&quot; style=&quot;display:block;overflow:visible;&quot;&gt;&lt;path d=&quot;M 2 16 L 30 16 L 38 30 L 30 44 L 2 44 L 2 38 M 2 22 L 2 16&quot; fill=&quot;none&quot; stroke=&quot;#000000&quot; stroke-width=&quot;2&quot; stroke-linejoin=&quot;round&quot; stroke-linecap=&quot;round&quot;/&gt;&lt;/svg&gt;&lt;span style=&quot;position:absolute;left:40.0%;top:55.55555555555556%;font-size:11px;line-height:1;white-space:nowrap;transform:translate(-50%,-50%);&quot;&gt;%pll_kind%&lt;/span&gt;&lt;/div&gt;&lt;div style=&quot;position:absolute;left:50%;top:83.07692307692308%;transform:translateX(-50%);text-align:center;font-size:11px;line-height:1;white-space:nowrap;padding-top:0px;&quot;&gt;%name%&lt;/div&gt;&lt;/div&gt;">
+           <mxCell style="rounded=0;whiteSpace=nowrap;html=1;metaEdit=1;placeholders=1;overflow=visible;resizable=0;autosize=0;fillColor=none;strokeColor=none;spacingTop=0;spacingBottom=0;spacingLeft=0;spacingRight=0;align=left;verticalAlign=top;drawclockType=pll;drawclockKind=pll;points=[[0.0500,0.4615,0,0,0],[0.9500,0.4615,0,0,0]];" vertex="1" parent="1">
+             <mxGeometry x="184" y="280" width="40" height="65" as="geometry" />
          </mxCell>
        </object>
-         <object name="pll_m2b" label="&lt;div style=&quot;position:relative;box-sizing:border-box;margin:0;padding:0;display:block;width:100%;height:100%;overflow:visible;white-space:nowrap;font-family:Helvetica,Arial,sans-serif;&quot;&gt;&lt;div style=&quot;position:absolute;left:0;top:0;width:100%;height:100%;&quot;&gt;&lt;svg xmlns=&quot;http://www.w3.org/2000/svg&quot; width=&quot;100%&quot; height=&quot;100%&quot; viewBox=&quot;0 0 120 90&quot; preserveAspectRatio=&quot;none&quot; style=&quot;display:block;overflow:visible;&quot;&gt;&lt;path d=&quot;M 42 16 L 70 16 L 78 30 L 70 44 L 42 44 L 42 38 M 42 22 L 42 16&quot; fill=&quot;none&quot; stroke=&quot;#000000&quot; stroke-width=&quot;2&quot; stroke-linejoin=&quot;round&quot; stroke-linecap=&quot;round&quot;/&gt;&lt;/svg&gt;&lt;span style=&quot;position:absolute;left:46.666666666666664%;top:33.33333333333333%;font-size:11px;line-height:1;white-space:nowrap;transform:translate(-50%,-50%);&quot;&gt;SC&lt;/span&gt;&lt;/div&gt;&lt;div style=&quot;position:absolute;left:50%;top:64.44444444444444%;transform:translateX(-50%);text-align:center;font-size:11px;line-height:1;white-space:nowrap;padding-top:4px;&quot;&gt;pll_m2b&lt;/div&gt;&lt;/div&gt;" placeholders="0" id="21">
-           <mxCell style="rounded=0;whiteSpace=nowrap;html=1;metaEdit=1;placeholders=1;overflow=fill;autosize=0;fillColor=none;strokeColor=none;spacingTop=0;spacingBottom=0;spacingLeft=0;spacingRight=0;align=left;verticalAlign=top;drawclockType=pll;points=[[0.3500,0.3333,0,0,0],[0.6500,0.3333,0,0,0]];" vertex="1" parent="1">
-             <mxGeometry x="184" y="340" width="120" height="90" as="geometry"/>
+         <object id="21" pll_kind="SC" name="pll_m2b" placeholders="1" label="&lt;div style=&quot;position:relative;box-sizing:border-box;margin:0;padding:0;display:block;width:40px;height:65px;overflow:visible;white-space:nowrap;font-family:Helvetica,Arial,sans-serif;&quot;&gt;&lt;div style=&quot;position:absolute;left:-2px;top:-7px;width:40px;height:54px&quot;&gt;&lt;svg xmlns=&quot;http://www.w3.org/2000/svg&quot; width=&quot;40&quot; height=&quot;54&quot; viewBox=&quot;0 0 40 54&quot; preserveAspectRatio=&quot;none&quot; style=&quot;display:block;overflow:visible;&quot;&gt;&lt;path d=&quot;M 2 16 L 30 16 L 38 30 L 30 44 L 2 44 L 2 38 M 2 22 L 2 16&quot; fill=&quot;none&quot; stroke=&quot;#000000&quot; stroke-width=&quot;2&quot; stroke-linejoin=&quot;round&quot; stroke-linecap=&quot;round&quot;/&gt;&lt;/svg&gt;&lt;span style=&quot;position:absolute;left:40.0%;top:55.55555555555556%;font-size:11px;line-height:1;white-space:nowrap;transform:translate(-50%,-50%);&quot;&gt;%pll_kind%&lt;/span&gt;&lt;/div&gt;&lt;div style=&quot;position:absolute;left:50%;top:83.07692307692308%;transform:translateX(-50%);text-align:center;font-size:11px;line-height:1;white-space:nowrap;padding-top:0px;&quot;&gt;%name%&lt;/div&gt;&lt;/div&gt;">
+           <mxCell style="rounded=0;whiteSpace=nowrap;html=1;metaEdit=1;placeholders=1;overflow=visible;resizable=0;autosize=0;fillColor=none;strokeColor=none;spacingTop=0;spacingBottom=0;spacingLeft=0;spacingRight=0;align=left;verticalAlign=top;drawclockType=pll;drawclockKind=pll;points=[[0.0500,0.4615,0,0,0],[0.9500,0.4615,0,0,0]];" vertex="1" parent="1">
+             <mxGeometry x="184" y="340" width="40" height="65" as="geometry" />
          </mxCell>
        </object>
-         <object name="clk_mux" label="&lt;div style=&quot;position:relative;box-sizing:border-box;margin:0;padding:0;display:block;width:100%;height:100%;overflow:visible;white-space:nowrap;font-family:Helvetica,Arial,sans-serif;&quot;&gt;&lt;div style=&quot;position:absolute;left:0;top:0;width:100%;height:100%;&quot;&gt;&lt;svg xmlns=&quot;http://www.w3.org/2000/svg&quot; width=&quot;100%&quot; height=&quot;100%&quot; viewBox=&quot;0 0 49 72&quot; preserveAspectRatio=&quot;none&quot; style=&quot;display:block;overflow:visible;&quot;&gt;&lt;path d=&quot;M 0 30 L 7 30 M 43 36 L 43 24 L 39 24 L 39 36 L 34 36 L 34 24 L 30 24 L 30 36 L 25 36 L 25 24 L 21 24 L 21 36 L 16 36 L 16 24 L 12 24 L 12 36 L 7 36&quot; fill=&quot;none&quot; stroke=&quot;#000000&quot; stroke-width=&quot;1.5&quot; stroke-linecap=&quot;square&quot; stroke-linejoin=&quot;miter&quot;/&gt;&lt;/svg&gt;&lt;/div&gt;&lt;div style=&quot;position:absolute;left:51.02040816326531%;top:50.0%;transform:translateX(-50%);text-align:center;font-size:11px;line-height:1;white-space:nowrap;padding-top:16px;&quot;&gt;clk_mux&lt;/div&gt;&lt;/div&gt;" placeholders="0" id="22">
-           <mxCell style="rounded=0;whiteSpace=nowrap;html=1;metaEdit=1;placeholders=1;overflow=fill;autosize=0;fillColor=none;strokeColor=none;spacingTop=0;spacingBottom=0;spacingLeft=0;spacingRight=0;align=left;verticalAlign=top;drawclockType=clock;points=[[0.0000,0.4167,0,0,0]];" vertex="1" parent="1">
-             <mxGeometry x="400" y="309" width="49" height="72" as="geometry"/>
+         <object id="22" name="clk_mux" placeholders="1" label="&lt;div style=&quot;position:relative;box-sizing:border-box;margin:0;padding:0;display:block;width:40px;height:51px;overflow:visible;white-space:nowrap;font-family:Helvetica,Arial,sans-serif;&quot;&gt;&lt;div style=&quot;position:absolute;left:-2px;top:-7px;width:40px;height:36px&quot;&gt;&lt;svg xmlns=&quot;http://www.w3.org/2000/svg&quot; width=&quot;40&quot; height=&quot;36&quot; viewBox=&quot;0 0 40 36&quot; preserveAspectRatio=&quot;none&quot; style=&quot;display:block;overflow:visible;&quot;&gt;&lt;path d=&quot;M 0 36 L 7 36 M 43 36 L 43 24 L 39 24 L 39 36 L 34 36 L 34 24 L 30 24 L 30 36 L 25 36 L 25 24 L 21 24 L 21 36 L 16 36 L 16 24 L 12 24 L 12 36 L 7 36&quot; fill=&quot;none&quot; stroke=&quot;#000000&quot; stroke-width=&quot;1.5&quot; stroke-linecap=&quot;square&quot; stroke-linejoin=&quot;miter&quot;/&gt;&lt;/svg&gt;&lt;/div&gt;&lt;div style=&quot;position:absolute;left:62.5%;top:70.58823529411765%;transform:translateX(-50%);text-align:center;font-size:11px;line-height:1;white-space:nowrap;padding-top:4px;&quot;&gt;%name%&lt;/div&gt;&lt;/div&gt;">
+           <mxCell style="rounded=0;whiteSpace=nowrap;html=1;metaEdit=1;placeholders=1;overflow=visible;resizable=0;autosize=0;fillColor=none;strokeColor=none;spacingTop=0;spacingBottom=0;spacingLeft=0;spacingRight=0;align=left;verticalAlign=top;drawclockType=clock;drawclockKind=clock;points=[[0.0000,0.7059,0,0,0]];" vertex="1" parent="1">
+             <mxGeometry x="400" y="309" width="40" height="51" as="geometry" />
          </mxCell>
        </object>
-         <mxCell id="23" style="edgeStyle=none;rounded=0;html=1;endArrow=none;startArrow=none;strokeColor=#000000;exitDx=0;exitDy=0;entryDx=0;entryDy=0;exitPerimeter=0;entryPerimeter=0;exitX=0.6667;exitY=0.35;entryX=0.35;entryY=0.3333;" edge="1" parent="1" source="10" target="13">
-           <mxGeometry as="geometry"><Array as="points"><mxPoint x="99" y="80"/><mxPoint x="99" y="140"/></Array></mxGeometry>
+         <mxCell id="23" style="edgeStyle=none;rounded=0;html=1;endArrow=none;startArrow=none;strokeColor=#000000;exitDx=0;exitDy=0;entryDx=0;entryDy=0;exitPerimeter=0;entryPerimeter=0;exitX=1;exitY=0.4828;entryX=0.05;entryY=0.4615;" edge="1" parent="1" source="10" target="13">
+           <mxGeometry as="geometry"><Array as="points"><mxPoint x="99" y="80" /><mxPoint x="99" y="140" /></Array></mxGeometry>
        </mxCell>
-         <mxCell id="24" style="edgeStyle=none;rounded=0;html=1;endArrow=none;startArrow=none;strokeColor=#000000;exitDx=0;exitDy=0;entryDx=0;entryDy=0;exitPerimeter=0;entryPerimeter=0;exitX=0.65;exitY=0.3333;entryX=0.425;entryY=0.3333;" edge="1" parent="1" source="13" target="11">
-           <mxGeometry as="geometry"><Array as="points"><mxPoint x="170" y="140"/><mxPoint x="170" y="80"/></Array></mxGeometry>
+         <mxCell id="24" style="edgeStyle=none;rounded=0;html=1;endArrow=none;startArrow=none;strokeColor=#000000;exitDx=0;exitDy=0;entryDx=0;entryDy=0;exitPerimeter=0;entryPerimeter=0;exitX=0.95;exitY=0.4615;entryX=0.275;entryY=0.5455;" edge="1" parent="1" source="13" target="11">
+           <mxGeometry as="geometry"><Array as="points"><mxPoint x="170" y="140" /><mxPoint x="170" y="80" /></Array></mxGeometry>
        </mxCell>
-         <mxCell id="25" style="edgeStyle=none;rounded=0;html=1;endArrow=none;startArrow=none;strokeColor=#000000;exitDx=0;exitDy=0;entryDx=0;entryDy=0;exitPerimeter=0;entryPerimeter=0;exitX=0.65;exitY=0.3333;entryX=0.4;entryY=0.3333;" edge="1" parent="1" source="13" target="12">
-           <mxGeometry as="geometry"><Array as="points"><mxPoint x="170" y="140"/><mxPoint x="170" y="200"/></Array></mxGeometry>
+         <mxCell id="25" style="edgeStyle=none;rounded=0;html=1;endArrow=none;startArrow=none;strokeColor=#000000;exitDx=0;exitDy=0;entryDx=0;entryDy=0;exitPerimeter=0;entryPerimeter=0;exitX=0.95;exitY=0.4615;entryX=0.2402;entryY=0.5455;" edge="1" parent="1" source="13" target="12">
+           <mxGeometry as="geometry"><Array as="points"><mxPoint x="170" y="140" /><mxPoint x="170" y="200" /></Array></mxGeometry>
        </mxCell>
-         <mxCell id="26" style="edgeStyle=none;rounded=0;html=1;endArrow=none;startArrow=none;strokeColor=#000000;exitDx=0;exitDy=0;entryDx=0;entryDy=0;exitPerimeter=0;entryPerimeter=0;exitX=0.6583;exitY=0.3333;entryX=0.4;entryY=0.3333;" edge="1" parent="1" source="11" target="14">
-           <mxGeometry relative="1" as="geometry"/>
+         <mxCell id="26" style="edgeStyle=none;rounded=0;html=1;endArrow=none;startArrow=none;strokeColor=#000000;exitDx=0;exitDy=0;entryDx=0;entryDy=0;exitPerimeter=0;entryPerimeter=0;exitX=0.975;exitY=0.5455;entryX=0.2;entryY=0.5455;" edge="1" parent="1" source="11" target="14">
+           <mxGeometry relative="1" as="geometry" />
        </mxCell>
-         <mxCell id="27" style="edgeStyle=none;rounded=0;html=1;endArrow=none;startArrow=none;strokeColor=#000000;exitDx=0;exitDy=0;entryDx=0;entryDy=0;exitPerimeter=0;entryPerimeter=0;exitX=0.6;exitY=0.3333;entryX=0.4;entryY=0.3333;" edge="1" parent="1" source="12" target="15">
-           <mxGeometry relative="1" as="geometry"/>
+         <mxCell id="27" style="edgeStyle=none;rounded=0;html=1;endArrow=none;startArrow=none;strokeColor=#000000;exitDx=0;exitDy=0;entryDx=0;entryDy=0;exitPerimeter=0;entryPerimeter=0;exitX=0.7598;exitY=0.5455;entryX=0.15;entryY=0.5455;" edge="1" parent="1" source="12" target="15">
+           <mxGeometry relative="1" as="geometry" />
        </mxCell>
-         <mxCell id="28" style="edgeStyle=none;rounded=0;html=1;endArrow=none;startArrow=none;strokeColor=#000000;exitDx=0;exitDy=0;entryDx=0;entryDy=0;exitPerimeter=0;entryPerimeter=0;exitX=0.6167;exitY=0.3333;entryX=0.0;entryY=0.4167;" edge="1" parent="1" source="14" target="16">
-           <mxGeometry relative="1" as="geometry"/>
+         <mxCell id="28" style="edgeStyle=none;rounded=0;html=1;endArrow=none;startArrow=none;strokeColor=#000000;exitDx=0;exitDy=0;entryDx=0;entryDy=0;exitPerimeter=0;entryPerimeter=0;exitX=0.85;exitY=0.5455;entryX=0;entryY=0.7059;" edge="1" parent="1" source="14" target="16">
+           <mxGeometry relative="1" as="geometry" />
        </mxCell>
-         <mxCell id="29" style="edgeStyle=none;rounded=0;html=1;endArrow=none;startArrow=none;strokeColor=#000000;exitDx=0;exitDy=0;entryDx=0;entryDy=0;exitPerimeter=0;entryPerimeter=0;exitX=0.6;exitY=0.3333;entryX=0.0;entryY=0.4167;" edge="1" parent="1" source="15" target="17">
-           <mxGeometry relative="1" as="geometry"/>
+         <mxCell id="29" style="edgeStyle=none;rounded=0;html=1;endArrow=none;startArrow=none;strokeColor=#000000;exitDx=0;exitDy=0;entryDx=0;entryDy=0;exitPerimeter=0;entryPerimeter=0;exitX=0.85;exitY=0.5455;entryX=0;entryY=0.7059;" edge="1" parent="1" source="15" target="17">
+           <mxGeometry relative="1" as="geometry" />
        </mxCell>
-         <mxCell id="30" style="edgeStyle=none;rounded=0;html=1;endArrow=none;startArrow=none;strokeColor=#000000;exitDx=0;exitDy=0;entryDx=0;entryDy=0;exitPerimeter=0;entryPerimeter=0;exitX=0.6167;exitY=0.3333;entryX=0.35;entryY=0.3333;" edge="1" parent="1" source="19" target="20">
-           <mxGeometry as="geometry"><Array as="points"><mxPoint x="170" y="340"/><mxPoint x="170" y="310"/></Array></mxGeometry>
+         <mxCell id="30" style="edgeStyle=none;rounded=0;html=1;endArrow=none;startArrow=none;strokeColor=#000000;exitDx=0;exitDy=0;entryDx=0;entryDy=0;exitPerimeter=0;entryPerimeter=0;exitX=0.85;exitY=0.5455;entryX=0.05;entryY=0.4615;" edge="1" parent="1" source="19" target="20">
+           <mxGeometry as="geometry"><Array as="points"><mxPoint x="170" y="340" /><mxPoint x="170" y="310" /></Array></mxGeometry>
        </mxCell>
-         <mxCell id="31" style="edgeStyle=none;rounded=0;html=1;endArrow=none;startArrow=none;strokeColor=#000000;exitDx=0;exitDy=0;entryDx=0;entryDy=0;exitPerimeter=0;entryPerimeter=0;exitX=0.6167;exitY=0.3333;entryX=0.35;entryY=0.3333;" edge="1" parent="1" source="19" target="21">
-           <mxGeometry as="geometry"><Array as="points"><mxPoint x="170" y="340"/><mxPoint x="170" y="370"/></Array></mxGeometry>
+         <mxCell id="31" style="edgeStyle=none;rounded=0;html=1;endArrow=none;startArrow=none;strokeColor=#000000;exitDx=0;exitDy=0;entryDx=0;entryDy=0;exitPerimeter=0;entryPerimeter=0;exitX=0.85;exitY=0.5455;entryX=0.05;entryY=0.4615;" edge="1" parent="1" source="19" target="21">
+           <mxGeometry as="geometry"><Array as="points"><mxPoint x="170" y="340" /><mxPoint x="170" y="370" /></Array></mxGeometry>
        </mxCell>
-         <mxCell id="32" style="edgeStyle=none;rounded=0;html=1;endArrow=none;startArrow=none;strokeColor=#000000;exitDx=0;exitDy=0;entryDx=0;entryDy=0;exitPerimeter=0;entryPerimeter=0;exitX=0.65;exitY=0.3333;entryX=0.4;entryY=0.2075;" edge="1" parent="1" source="20" target="18">
-           <mxGeometry as="geometry"><Array as="points"><mxPoint x="275" y="310"/><mxPoint x="275" y="323"/></Array></mxGeometry>
+         <mxCell id="32" style="edgeStyle=none;rounded=0;html=1;endArrow=none;startArrow=none;strokeColor=#000000;exitDx=0;exitDy=0;entryDx=0;entryDy=0;exitPerimeter=0;entryPerimeter=0;exitX=0.95;exitY=0.4615;entryX=0.2;entryY=0.24;" edge="1" parent="1" source="20" target="18">
+           <mxGeometry as="geometry"><Array as="points"><mxPoint x="275" y="310" /><mxPoint x="275" y="323" /></Array></mxGeometry>
        </mxCell>
-         <mxCell id="33" style="edgeStyle=none;rounded=0;html=1;endArrow=none;startArrow=none;strokeColor=#000000;exitDx=0;exitDy=0;entryDx=0;entryDy=0;exitPerimeter=0;entryPerimeter=0;exitX=0.65;exitY=0.3333;entryX=0.4;entryY=0.5094;" edge="1" parent="1" source="21" target="18">
-           <mxGeometry as="geometry"><Array as="points"><mxPoint x="275" y="370"/><mxPoint x="275" y="355"/></Array></mxGeometry>
+         <mxCell id="33" style="edgeStyle=none;rounded=0;html=1;endArrow=none;startArrow=none;strokeColor=#000000;exitDx=0;exitDy=0;entryDx=0;entryDy=0;exitPerimeter=0;entryPerimeter=0;exitX=0.95;exitY=0.4615;entryX=0.2;entryY=0.688;" edge="1" parent="1" source="21" target="18">
+           <mxGeometry as="geometry"><Array as="points"><mxPoint x="275" y="370" /><mxPoint x="275" y="355" /></Array></mxGeometry>
        </mxCell>
-         <mxCell id="34" style="edgeStyle=none;rounded=0;html=1;endArrow=none;startArrow=none;strokeColor=#000000;exitDx=0;exitDy=0;entryDx=0;entryDy=0;exitPerimeter=0;entryPerimeter=0;exitX=0.6;exitY=0.3585;entryX=0.0;entryY=0.4167;" edge="1" parent="1" source="18" target="22">
-           <mxGeometry relative="1" as="geometry"/>
+         <mxCell id="34" style="edgeStyle=none;rounded=0;html=1;endArrow=none;startArrow=none;strokeColor=#000000;exitDx=0;exitDy=0;entryDx=0;entryDy=0;exitPerimeter=0;entryPerimeter=0;exitX=0.8;exitY=0.464;entryX=0;entryY=0.7059;" edge="1" parent="1" source="18" target="22">
+           <mxGeometry relative="1" as="geometry" />
        </mxCell>
      </root>
    </mxGraphModel></diagram>
</mxfile>
